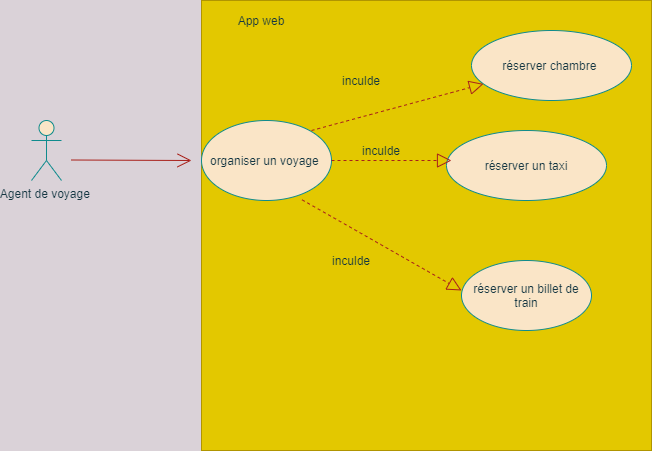
Before: diagrams de use case-Page-1.png, a diagram exported from draw.io (kaoutar1987/App-de-voyage). Source tidied: cells renumbered, new cells last; positions are measured from the earlier drawing's top-left corner, leaving out a move shared by most shapes. Source of this version:
```xml
<mxGraphModel background="#DAD2D8">
  <root>
    <mxCell id="0" />
    <mxCell id="1" parent="0" />
    <mxCell id="2" style="whiteSpace=wrap;html=1;rounded=0;sketch=0;strokeColor=#B09500;fillColor=#e3c800;fontColor=#ffffff;" parent="1" vertex="1">
      <mxGeometry x="170" width="450" height="450" as="geometry" />
    </mxCell>
    <mxCell id="3" value="Agent de voyage&amp;nbsp;" style="shape=umlActor;verticalLabelPosition=bottom;verticalAlign=top;html=1;fillColor=#FAE5C7;strokeColor=#0F8B8D;fontColor=#143642;" parent="1" vertex="1">
      <mxGeometry y="120" width="30" height="60" as="geometry" />
    </mxCell>
    <mxCell id="4" value="réserver chambre&amp;nbsp;" style="ellipse;whiteSpace=wrap;html=1;fillColor=#FAE5C7;strokeColor=#0F8B8D;fontColor=#143642;" parent="1" vertex="1">
      <mxGeometry x="440" y="30" width="160" height="70" as="geometry" />
    </mxCell>
    <mxCell id="5" value="réserver un taxi" style="ellipse;whiteSpace=wrap;html=1;fillColor=#FAE5C7;strokeColor=#0F8B8D;fontColor=#143642;" parent="1" vertex="1">
      <mxGeometry x="415" y="130" width="160" height="70" as="geometry" />
    </mxCell>
    <mxCell id="6" value="réserver un billet de train" style="ellipse;whiteSpace=wrap;html=1;fillColor=#FAE5C7;strokeColor=#0F8B8D;fontColor=#143642;" parent="1" vertex="1">
      <mxGeometry x="430" y="260" width="130" height="70" as="geometry" />
    </mxCell>
    <mxCell id="7" value="organiser un voyage&amp;nbsp;" style="ellipse;whiteSpace=wrap;html=1;fillColor=#FAE5C7;strokeColor=#0F8B8D;fontColor=#143642;" parent="1" vertex="1">
      <mxGeometry x="170" y="120" width="130" height="80" as="geometry" />
    </mxCell>
    <mxCell id="8" style="endArrow=open;endFill=1;endSize=12;html=1;strokeColor=#A8201A;fontColor=#143642;labelBackgroundColor=#DAD2D8;" parent="1" edge="1">
      <mxGeometry relative="1" as="geometry">
        <mxPoint x="40" y="159.5" as="sourcePoint" />
        <mxPoint x="160" y="160" as="targetPoint" />
      </mxGeometry>
    </mxCell>
    <mxCell id="9" style="endArrow=block;dashed=1;endFill=0;endSize=12;html=1;strokeColor=#A8201A;fontColor=#143642;labelBackgroundColor=#DAD2D8;" parent="1" edge="1">
      <mxGeometry relative="1" as="geometry">
        <mxPoint x="300" y="160" as="sourcePoint" />
        <mxPoint x="420" y="160" as="targetPoint" />
      </mxGeometry>
    </mxCell>
    <mxCell id="10" style="endArrow=block;dashed=1;endFill=0;endSize=12;html=1;strokeColor=#A8201A;fontColor=#143642;labelBackgroundColor=#DAD2D8;" parent="1" edge="1" target="4">
      <mxGeometry relative="1" as="geometry">
        <mxPoint x="280" y="130" as="sourcePoint" />
      </mxGeometry>
    </mxCell>
    <mxCell id="11" style="endArrow=block;dashed=1;endFill=0;endSize=12;html=1;exitX=0.774;exitY=0.992;exitDx=0;exitDy=0;exitPerimeter=0;strokeColor=#A8201A;fontColor=#143642;labelBackgroundColor=#DAD2D8;" parent="1" edge="1" source="7">
      <mxGeometry relative="1" as="geometry">
        <mxPoint x="430" y="290" as="targetPoint" />
      </mxGeometry>
    </mxCell>
    <mxCell id="12" value="inculde" style="text;html=1;strokeColor=none;fillColor=none;align=center;verticalAlign=middle;whiteSpace=wrap;rounded=0;sketch=0;fontColor=#143642;" parent="1" vertex="1">
      <mxGeometry x="310" y="70" width="40" height="20" as="geometry" />
    </mxCell>
    <mxCell id="13" value="inculde" style="text;html=1;strokeColor=none;fillColor=none;align=center;verticalAlign=middle;whiteSpace=wrap;rounded=0;sketch=0;fontColor=#143642;" parent="1" vertex="1">
      <mxGeometry x="300" y="250" width="40" height="20" as="geometry" />
    </mxCell>
    <mxCell id="14" value="inculde" style="text;html=1;strokeColor=none;fillColor=none;align=center;verticalAlign=middle;whiteSpace=wrap;rounded=0;sketch=0;fontColor=#143642;" parent="1" vertex="1">
      <mxGeometry x="330" y="140" width="40" height="20" as="geometry" />
    </mxCell>
    <mxCell id="15" value="App web" style="text;html=1;strokeColor=none;fillColor=none;align=center;verticalAlign=middle;whiteSpace=wrap;rounded=0;sketch=0;fontColor=#143642;" parent="1" vertex="1">
      <mxGeometry x="190" y="10" width="80" height="20" as="geometry" />
    </mxCell>
  </root>
</mxGraphModel>
```
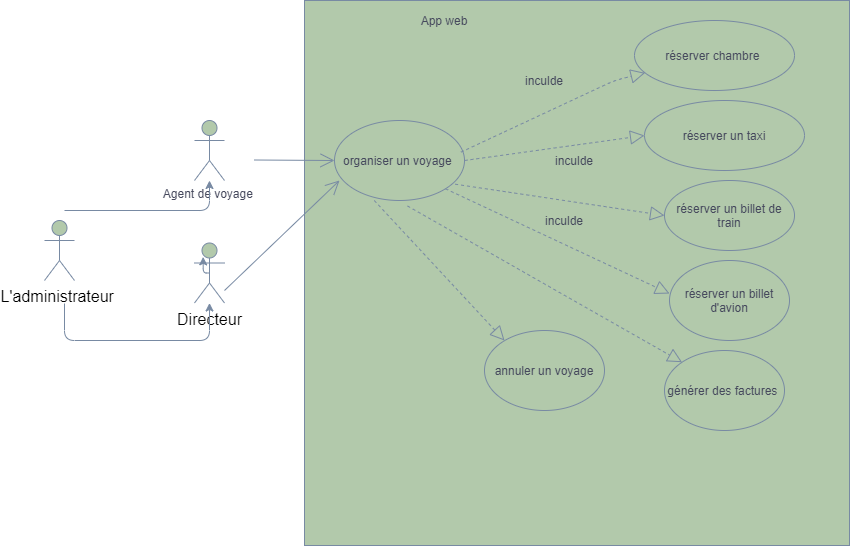
Above is the later version.

Diff of the diagram source:
```diff
@@ -1,58 +1,106 @@
-<mxGraphModel background="#DAD2D8">
+<mxGraphModel>
   <root>
     <mxCell id="0" />
     <mxCell id="1" parent="0" />
-    <mxCell id="2" style="whiteSpace=wrap;html=1;rounded=0;sketch=0;strokeColor=#B09500;fillColor=#e3c800;fontColor=#ffffff;" parent="1" vertex="1">
-      <mxGeometry x="170" width="450" height="450" as="geometry" />
+    <mxCell id="2" style="whiteSpace=wrap;html=1;rounded=0;sketch=0;strokeColor=#788AA3;fillColor=#B2C9AB;fontColor=#46495D;" parent="1" vertex="1">
+      <mxGeometry x="90" width="545" height="545" as="geometry" />
     </mxCell>
-    <mxCell id="3" value="Agent de voyage&amp;nbsp;" style="shape=umlActor;verticalLabelPosition=bottom;verticalAlign=top;html=1;fillColor=#FAE5C7;strokeColor=#0F8B8D;fontColor=#143642;" parent="1" vertex="1">
-      <mxGeometry y="120" width="30" height="60" as="geometry" />
+    <mxCell id="3" value="Agent de voyage&amp;nbsp;" style="shape=umlActor;verticalLabelPosition=bottom;verticalAlign=top;html=1;fillColor=#B2C9AB;strokeColor=#788AA3;fontColor=#46495D;" parent="1" vertex="1">
+      <mxGeometry x="-20" y="120" width="30" height="60" as="geometry" />
     </mxCell>
-    <mxCell id="4" value="réserver chambre&amp;nbsp;" style="ellipse;whiteSpace=wrap;html=1;fillColor=#FAE5C7;strokeColor=#0F8B8D;fontColor=#143642;" parent="1" vertex="1">
-      <mxGeometry x="440" y="30" width="160" height="70" as="geometry" />
+    <mxCell id="4" value="réserver chambre&amp;nbsp;" style="ellipse;whiteSpace=wrap;html=1;fillColor=#B2C9AB;strokeColor=#788AA3;fontColor=#46495D;" parent="1" vertex="1">
+      <mxGeometry x="420" y="20" width="160" height="70" as="geometry" />
     </mxCell>
-    <mxCell id="5" value="réserver un taxi" style="ellipse;whiteSpace=wrap;html=1;fillColor=#FAE5C7;strokeColor=#0F8B8D;fontColor=#143642;" parent="1" vertex="1">
-      <mxGeometry x="415" y="130" width="160" height="70" as="geometry" />
+    <mxCell id="5" value="réserver un taxi" style="ellipse;whiteSpace=wrap;html=1;fillColor=#B2C9AB;strokeColor=#788AA3;fontColor=#46495D;" parent="1" vertex="1">
+      <mxGeometry x="430" y="100" width="160" height="70" as="geometry" />
     </mxCell>
-    <mxCell id="6" value="réserver un billet de train" style="ellipse;whiteSpace=wrap;html=1;fillColor=#FAE5C7;strokeColor=#0F8B8D;fontColor=#143642;" parent="1" vertex="1">
-      <mxGeometry x="430" y="260" width="130" height="70" as="geometry" />
+    <mxCell id="6" value="réserver un billet de train" style="ellipse;whiteSpace=wrap;html=1;fillColor=#B2C9AB;strokeColor=#788AA3;fontColor=#46495D;" parent="1" vertex="1">
+      <mxGeometry x="450" y="180" width="130" height="70" as="geometry" />
     </mxCell>
-    <mxCell id="7" value="organiser un voyage&amp;nbsp;" style="ellipse;whiteSpace=wrap;html=1;fillColor=#FAE5C7;strokeColor=#0F8B8D;fontColor=#143642;" parent="1" vertex="1">
-      <mxGeometry x="170" y="120" width="130" height="80" as="geometry" />
+    <mxCell id="7" value="organiser un voyage&amp;nbsp;" style="ellipse;whiteSpace=wrap;html=1;fillColor=#B2C9AB;strokeColor=#788AA3;fontColor=#46495D;" parent="1" vertex="1">
+      <mxGeometry x="120" y="120" width="130" height="80" as="geometry" />
     </mxCell>
-    <mxCell id="8" style="endArrow=open;endFill=1;endSize=12;html=1;strokeColor=#A8201A;fontColor=#143642;labelBackgroundColor=#DAD2D8;" parent="1" edge="1">
+    <mxCell id="8" style="endArrow=open;endFill=1;endSize=12;html=1;strokeColor=#788AA3;fontColor=#46495D;entryX=0;entryY=0.5;entryDx=0;entryDy=0;" parent="1" edge="1" target="7">
       <mxGeometry relative="1" as="geometry">
         <mxPoint x="40" y="159.5" as="sourcePoint" />
-        <mxPoint x="160" y="160" as="targetPoint" />
       </mxGeometry>
     </mxCell>
-    <mxCell id="9" style="endArrow=block;dashed=1;endFill=0;endSize=12;html=1;strokeColor=#A8201A;fontColor=#143642;labelBackgroundColor=#DAD2D8;" parent="1" edge="1">
-      <mxGeometry relative="1" as="geometry">
-        <mxPoint x="300" y="160" as="sourcePoint" />
-        <mxPoint x="420" y="160" as="targetPoint" />
-      </mxGeometry>
+    <mxCell id="9" style="endArrow=block;dashed=1;endFill=0;endSize=12;html=1;strokeColor=#788AA3;fontColor=#46495D;entryX=0;entryY=0.5;entryDx=0;entryDy=0;exitX=1;exitY=0.5;exitDx=0;exitDy=0;" parent="1" edge="1" source="7" target="5">
+      <mxGeometry relative="1" as="geometry" />
     </mxCell>
-    <mxCell id="10" style="endArrow=block;dashed=1;endFill=0;endSize=12;html=1;strokeColor=#A8201A;fontColor=#143642;labelBackgroundColor=#DAD2D8;" parent="1" edge="1" target="4">
+    <mxCell id="10" style="endArrow=block;dashed=1;endFill=0;endSize=12;html=1;strokeColor=#788AA3;fontColor=#46495D;exitX=0.972;exitY=0.396;exitDx=0;exitDy=0;exitPerimeter=0;" parent="1" edge="1" source="7" target="4">
       <mxGeometry relative="1" as="geometry">
-        <mxPoint x="280" y="130" as="sourcePoint" />
+        <Array as="points">
+          <mxPoint x="400" y="80" />
+        </Array>
       </mxGeometry>
     </mxCell>
-    <mxCell id="11" style="endArrow=block;dashed=1;endFill=0;endSize=12;html=1;exitX=0.774;exitY=0.992;exitDx=0;exitDy=0;exitPerimeter=0;strokeColor=#A8201A;fontColor=#143642;labelBackgroundColor=#DAD2D8;" parent="1" edge="1" source="7">
-      <mxGeometry relative="1" as="geometry">
-        <mxPoint x="430" y="290" as="targetPoint" />
-      </mxGeometry>
+    <mxCell id="11" style="endArrow=block;dashed=1;endFill=0;endSize=12;html=1;exitX=0.928;exitY=0.796;exitDx=0;exitDy=0;exitPerimeter=0;strokeColor=#788AA3;fontColor=#46495D;entryX=0;entryY=0.5;entryDx=0;entryDy=0;" parent="1" edge="1" source="7" target="6">
+      <mxGeometry relative="1" as="geometry" />
     </mxCell>
-    <mxCell id="12" value="inculde" style="text;html=1;strokeColor=none;fillColor=none;align=center;verticalAlign=middle;whiteSpace=wrap;rounded=0;sketch=0;fontColor=#143642;" parent="1" vertex="1">
+    <mxCell id="12" value="inculde" style="text;html=1;strokeColor=none;fillColor=none;align=center;verticalAlign=middle;whiteSpace=wrap;rounded=0;sketch=0;fontColor=#46495D;" parent="1" vertex="1">
       <mxGeometry x="310" y="70" width="40" height="20" as="geometry" />
     </mxCell>
-    <mxCell id="13" value="inculde" style="text;html=1;strokeColor=none;fillColor=none;align=center;verticalAlign=middle;whiteSpace=wrap;rounded=0;sketch=0;fontColor=#143642;" parent="1" vertex="1">
-      <mxGeometry x="300" y="250" width="40" height="20" as="geometry" />
+    <mxCell id="13" value="inculde" style="text;html=1;strokeColor=none;fillColor=none;align=center;verticalAlign=middle;whiteSpace=wrap;rounded=0;sketch=0;fontColor=#46495D;" parent="1" vertex="1">
+      <mxGeometry x="330" y="210" width="40" height="20" as="geometry" />
     </mxCell>
-    <mxCell id="14" value="inculde" style="text;html=1;strokeColor=none;fillColor=none;align=center;verticalAlign=middle;whiteSpace=wrap;rounded=0;sketch=0;fontColor=#143642;" parent="1" vertex="1">
-      <mxGeometry x="330" y="140" width="40" height="20" as="geometry" />
+    <mxCell id="14" value="inculde" style="text;html=1;strokeColor=none;fillColor=none;align=center;verticalAlign=middle;whiteSpace=wrap;rounded=0;sketch=0;fontColor=#46495D;" parent="1" vertex="1">
+      <mxGeometry x="340" y="150" width="40" height="20" as="geometry" />
     </mxCell>
-    <mxCell id="15" value="App web" style="text;html=1;strokeColor=none;fillColor=none;align=center;verticalAlign=middle;whiteSpace=wrap;rounded=0;sketch=0;fontColor=#143642;" parent="1" vertex="1">
+    <mxCell id="15" value="App web" style="text;html=1;strokeColor=none;fillColor=none;align=center;verticalAlign=middle;whiteSpace=wrap;rounded=0;sketch=0;fontColor=#46495D;" parent="1" vertex="1">
       <mxGeometry x="190" y="10" width="80" height="20" as="geometry" />
     </mxCell>
+    <mxCell id="16" value="réserver un billet d'avion" style="ellipse;whiteSpace=wrap;html=1;rounded=0;sketch=0;strokeColor=#788AA3;fillColor=#B2C9AB;fontColor=#46495D;" parent="1" vertex="1">
+      <mxGeometry x="455" y="260" width="120" height="80" as="geometry" />
+    </mxCell>
+    <mxCell id="17" style="endArrow=block;dashed=1;endFill=0;endSize=12;html=1;strokeColor=#788AA3;fontColor=#46495D;entryX=0;entryY=0.413;entryDx=0;entryDy=0;entryPerimeter=0;exitX=1;exitY=1;exitDx=0;exitDy=0;" parent="1" edge="1" source="7" target="16">
+      <mxGeometry relative="1" as="geometry" />
+    </mxCell>
+    <mxCell id="18" value="générer des factures&amp;nbsp;" style="ellipse;whiteSpace=wrap;html=1;rounded=0;sketch=0;strokeColor=#788AA3;fillColor=#B2C9AB;fontColor=#46495D;" parent="1" vertex="1">
+      <mxGeometry x="450" y="350" width="120" height="80" as="geometry" />
+    </mxCell>
+    <mxCell id="19" style="endArrow=block;dashed=1;endFill=0;endSize=12;html=1;strokeColor=#788AA3;fillColor=#B2C9AB;fontColor=#46495D;exitX=0.189;exitY=0.377;exitDx=0;exitDy=0;exitPerimeter=0;entryX=0;entryY=0;entryDx=0;entryDy=0;" parent="1" edge="1" source="2" target="18">
+      <mxGeometry relative="1" as="geometry" />
+    </mxCell>
+    <mxCell id="20" value="&lt;span style=&quot;color: rgb(0 , 0 , 0) ; font-family: &amp;#34;nunito sans&amp;#34; , sans-serif ; font-size: 16px ; text-align: left ; background-color: rgb(255 , 255 , 255)&quot;&gt;Directeur&lt;/span&gt;" style="shape=umlActor;verticalLabelPosition=bottom;verticalAlign=top;html=1;rounded=0;sketch=0;strokeColor=#788AA3;fillColor=#B2C9AB;fontColor=#46495D;" parent="1" vertex="1">
+      <mxGeometry x="-20" y="242.5" width="30" height="60" as="geometry" />
+    </mxCell>
+    <mxCell id="21" value="&lt;span style=&quot;color: rgb(0 , 0 , 0) ; font-family: &amp;#34;nunito sans&amp;#34; , sans-serif ; font-size: 16px ; text-align: left ; background-color: rgb(255 , 255 , 255)&quot;&gt;L'administrateur&amp;nbsp;&lt;/span&gt;" style="shape=umlActor;verticalLabelPosition=bottom;verticalAlign=top;html=1;rounded=0;sketch=0;strokeColor=#788AA3;fillColor=#B2C9AB;fontColor=#46495D;" parent="1" vertex="1">
+      <mxGeometry x="-170" y="220" width="30" height="60" as="geometry" />
+    </mxCell>
+    <mxCell id="22" style="edgeStyle=orthogonalEdgeStyle;curved=0;rounded=1;sketch=0;orthogonalLoop=1;jettySize=auto;html=1;exitX=0.5;exitY=0.5;exitDx=0;exitDy=0;exitPerimeter=0;entryX=0.289;entryY=0.231;entryDx=0;entryDy=0;entryPerimeter=0;strokeColor=#788AA3;fillColor=#B2C9AB;fontColor=#46495D;" parent="1" edge="1" source="20" target="20">
+      <mxGeometry relative="1" as="geometry" />
+    </mxCell>
+    <mxCell id="23" value="annuler un voyage" style="ellipse;whiteSpace=wrap;html=1;rounded=0;sketch=0;strokeColor=#788AA3;fillColor=#B2C9AB;fontColor=#46495D;" parent="1" vertex="1">
+      <mxGeometry x="270" y="330" width="120" height="80" as="geometry" />
+    </mxCell>
+    <mxCell id="24" style="endArrow=block;dashed=1;endFill=0;endSize=12;html=1;strokeColor=#788AA3;fillColor=#B2C9AB;fontColor=#46495D;exitX=0.128;exitY=0.367;exitDx=0;exitDy=0;exitPerimeter=0;" parent="1" edge="1" source="2">
+      <mxGeometry relative="1" as="geometry">
+        <mxPoint x="290" y="340" as="targetPoint" />
+      </mxGeometry>
+    </mxCell>
+    <mxCell id="25" style="endArrow=open;endFill=1;endSize=12;html=1;strokeColor=#788AA3;fillColor=#B2C9AB;fontColor=#46495D;" parent="1" edge="1">
+      <mxGeometry relative="1" as="geometry">
+        <mxPoint x="10" y="290" as="sourcePoint" />
+        <mxPoint x="125" y="180" as="targetPoint" />
+      </mxGeometry>
+    </mxCell>
+    <mxCell id="26" style="edgeStyle=elbowEdgeStyle;elbow=vertical;endArrow=classic;html=1;strokeColor=#788AA3;fillColor=#B2C9AB;fontColor=#46495D;" parent="1" edge="1">
+      <mxGeometry relative="1" as="geometry">
+        <mxPoint x="-150" y="210" as="sourcePoint" />
+        <mxPoint x="-5" y="180" as="targetPoint" />
+        <Array as="points">
+          <mxPoint y="210" />
+        </Array>
+      </mxGeometry>
+    </mxCell>
+    <mxCell id="27" style="edgeStyle=elbowEdgeStyle;elbow=vertical;endArrow=classic;html=1;strokeColor=#788AA3;fillColor=#B2C9AB;fontColor=#46495D;" parent="1" edge="1" target="20">
+      <mxGeometry relative="1" as="geometry">
+        <mxPoint x="-150" y="303" as="sourcePoint" />
+        <Array as="points">
+          <mxPoint x="-140" y="340" />
+        </Array>
+      </mxGeometry>
+    </mxCell>
   </root>
 </mxGraphModel>
```
